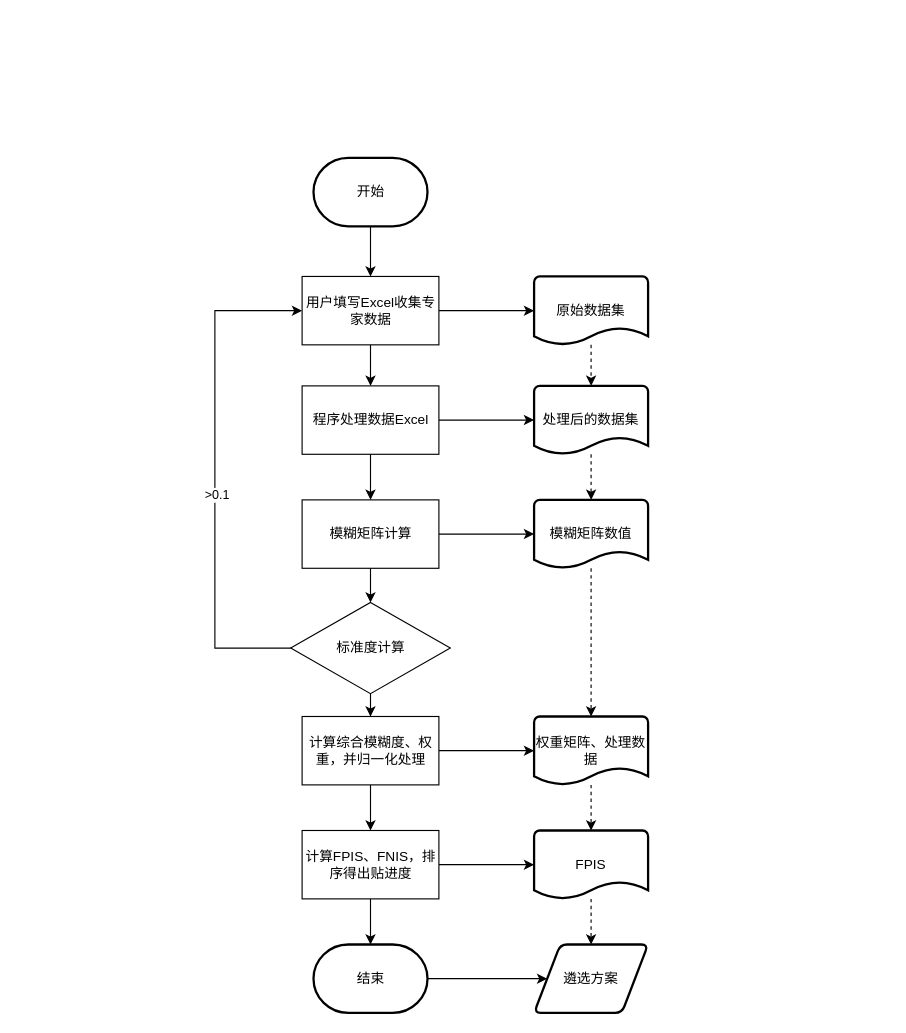
This is resources/process.drawio from Cheung0-bit/fuzzy_ahp, a draw.io file, before an edit. Source tidied: cells renumbered, new cells numbered last; positions are measured from the earlier drawing's top-left corner, leaving out a move shared by most shapes. Both pictures are drawn from the tidied source at 114%, with x=0, y=0 at pixel (214, 157).
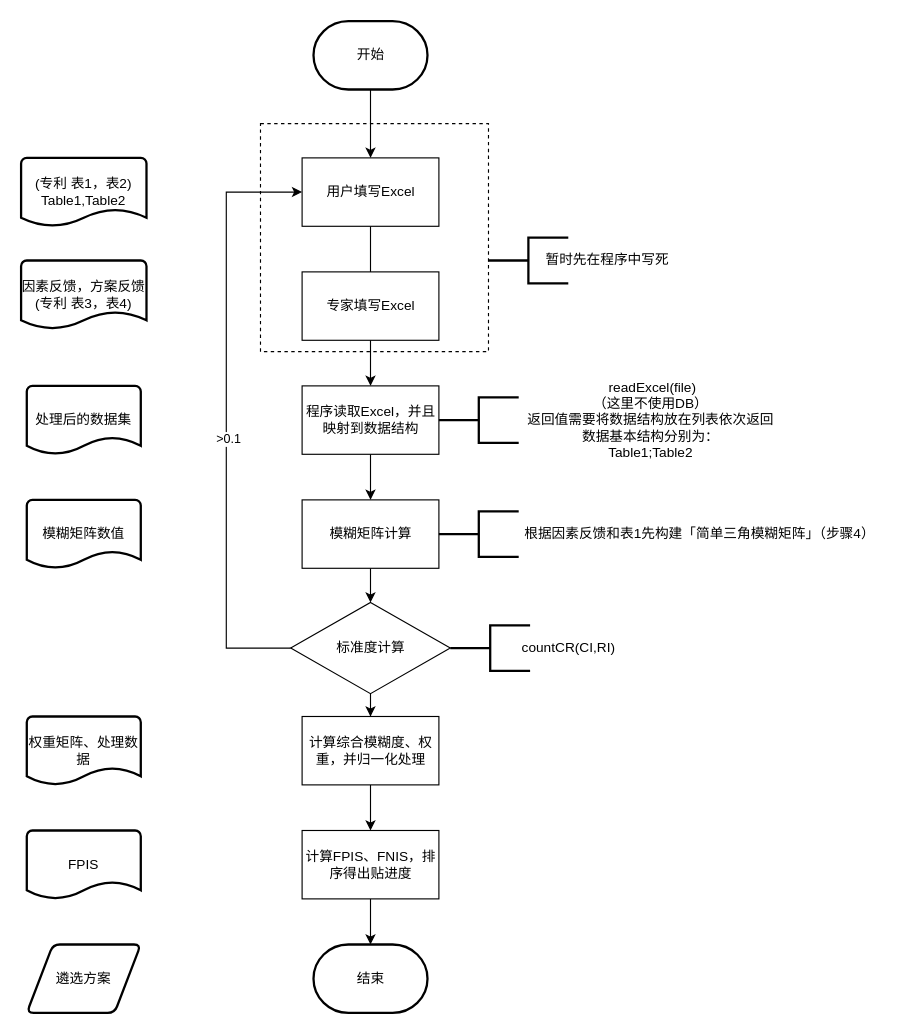
Above is the later version.

The change refers to these unchanged cells:
```xml
<mxCell id="12" value="模糊矩阵计算" style="rounded=0;whiteSpace=wrap;html=1;" parent="1" vertex="1">
  <mxGeometry x="76.5" y="300" width="120" height="60" as="geometry" />
</mxCell>
<mxCell id="16" value="标准度计算" style="rhombus;whiteSpace=wrap;html=1;" parent="1" vertex="1">
  <mxGeometry x="66.5" y="390" width="140" height="80" as="geometry" />
</mxCell>
<mxCell id="19" value="计算综合模糊度、权重，并归一化处理" style="rounded=0;whiteSpace=wrap;html=1;" parent="1" vertex="1">
  <mxGeometry x="76.5" y="490" width="120" height="60" as="geometry" />
</mxCell>
<mxCell id="22" value="计算FPIS、FNIS，排序得出贴进度" style="rounded=0;whiteSpace=wrap;html=1;" parent="1" vertex="1">
  <mxGeometry x="76.5" y="590" width="120" height="60" as="geometry" />
</mxCell>
<mxCell id="24" value="结束" style="strokeWidth=2;html=1;shape=mxgraph.flowchart.terminator;whiteSpace=wrap;" parent="1" vertex="1">
  <mxGeometry x="86.5" y="690" width="100" height="60" as="geometry" />
</mxCell>
```

Change to the diagram source:
```diff
@@
+    <mxCell id="36" style="rounded=0;whiteSpace=wrap;html=1;dashed=1;" parent="1" vertex="1">
+      <mxGeometry x="40" y="-30" width="200" height="200" as="geometry" />
+    </mxCell>
@@
     <mxCell id="3" value="开始" style="strokeWidth=2;html=1;shape=mxgraph.flowchart.terminator;whiteSpace=wrap;" parent="1" vertex="1">
-      <mxGeometry x="86.5" width="100" height="60" as="geometry" />
+      <mxGeometry x="86.5" y="-120" width="100" height="60" as="geometry" />
     </mxCell>
@@
-    <mxCell id="5" style="edgeStyle=orthogonalEdgeStyle;rounded=0;jettySize=auto;html=1;" parent="1" edge="1" source="6" target="26">
-      <mxGeometry relative="1" as="geometry" />
-    </mxCell>
-    <mxCell id="6" value="用户填写Excel收集专家数据" style="rounded=0;whiteSpace=wrap;html=1;" parent="1" vertex="1">
-      <mxGeometry x="76.5" y="104" width="120" height="60" as="geometry" />
+    <mxCell id="6" value="用户填写Excel" style="rounded=0;whiteSpace=wrap;html=1;" parent="1" vertex="1">
+      <mxGeometry x="76.5" width="120" height="60" as="geometry" />
     </mxCell>
@@
-    <mxCell id="8" style="edgeStyle=none;html=1;" parent="1" edge="1" source="9" target="28">
-      <mxGeometry relative="1" as="geometry" />
-    </mxCell>
-    <mxCell id="9" value="程序处理数据Excel" style="rounded=0;whiteSpace=wrap;html=1;" parent="1" vertex="1">
+    <mxCell id="9" value="程序读取Excel，并且映射到数据结构" style="rounded=0;whiteSpace=wrap;html=1;" parent="1" vertex="1">
       <mxGeometry x="76.5" y="200" width="120" height="60" as="geometry" />
     </mxCell>
@@
-    <mxCell id="11" style="edgeStyle=none;html=1;" parent="1" edge="1" source="12" target="30">
-      <mxGeometry relative="1" as="geometry" />
-    </mxCell>
@@
     <mxCell id="14" style="edgeStyle=orthogonalEdgeStyle;rounded=0;jettySize=auto;html=1;exitX=0;exitY=0.5;exitDx=0;exitDy=0;entryX=0;entryY=0.5;entryDx=0;entryDy=0;" parent="1" edge="1" source="16" target="6">
       <mxGeometry relative="1" as="geometry">
         <Array as="points">
-          <mxPoint y="430" />
-          <mxPoint y="134" />
+          <mxPoint x="10" y="430" />
+          <mxPoint x="10" y="30" />
         </Array>
       </mxGeometry>
     </mxCell>
@@
-    <mxCell id="18" style="edgeStyle=none;html=1;" parent="1" edge="1" source="19" target="34">
-      <mxGeometry relative="1" as="geometry" />
-    </mxCell>
@@
-    <mxCell id="21" style="edgeStyle=none;html=1;" parent="1" edge="1" source="22" target="32">
-      <mxGeometry relative="1" as="geometry" />
-    </mxCell>
@@
-    <mxCell id="23" style="edgeStyle=none;html=1;" parent="1" edge="1" source="24" target="35">
-      <mxGeometry relative="1" as="geometry" />
-    </mxCell>
@@
-    <mxCell id="25" style="edgeStyle=none;html=1;dashed=1;" parent="1" edge="1" source="26" target="28">
-      <mxGeometry relative="1" as="geometry" />
-    </mxCell>
-    <mxCell id="26" value="原始数据集" style="strokeWidth=2;html=1;shape=mxgraph.flowchart.document2;whiteSpace=wrap;size=0.25;" parent="1" vertex="1">
-      <mxGeometry x="280" y="104" width="100" height="60" as="geometry" />
+    <mxCell id="26" value="(专利 表1，表2)&lt;br&gt;Table1,Table2" style="strokeWidth=2;html=1;shape=mxgraph.flowchart.document2;whiteSpace=wrap;size=0.25;" parent="1" vertex="1">
+      <mxGeometry x="-170" width="110" height="60" as="geometry" />
     </mxCell>
-    <mxCell id="27" style="edgeStyle=none;html=1;dashed=1;" parent="1" edge="1" source="28" target="30">
-      <mxGeometry relative="1" as="geometry" />
-    </mxCell>
     <mxCell id="28" value="处理后的数据集" style="strokeWidth=2;html=1;shape=mxgraph.flowchart.document2;whiteSpace=wrap;size=0.25;" parent="1" vertex="1">
-      <mxGeometry x="280" y="200" width="100" height="60" as="geometry" />
+      <mxGeometry x="-165" y="200" width="100" height="60" as="geometry" />
     </mxCell>
-    <mxCell id="29" style="edgeStyle=none;html=1;entryX=0.5;entryY=0;entryDx=0;entryDy=0;entryPerimeter=0;dashed=1;" parent="1" edge="1" source="30" target="34">
-      <mxGeometry relative="1" as="geometry" />
-    </mxCell>
     <mxCell id="30" value="模糊矩阵数值" style="strokeWidth=2;html=1;shape=mxgraph.flowchart.document2;whiteSpace=wrap;size=0.25;" parent="1" vertex="1">
-      <mxGeometry x="280" y="300" width="100" height="60" as="geometry" />
+      <mxGeometry x="-165" y="300" width="100" height="60" as="geometry" />
     </mxCell>
-    <mxCell id="31" style="edgeStyle=none;html=1;dashed=1;" parent="1" edge="1" source="32" target="35">
-      <mxGeometry relative="1" as="geometry" />
-    </mxCell>
     <mxCell id="32" value="FPIS" style="strokeWidth=2;html=1;shape=mxgraph.flowchart.document2;whiteSpace=wrap;size=0.25;" parent="1" vertex="1">
-      <mxGeometry x="280" y="590" width="100" height="60" as="geometry" />
+      <mxGeometry x="-165" y="590" width="100" height="60" as="geometry" />
     </mxCell>
-    <mxCell id="33" style="edgeStyle=none;html=1;dashed=1;" parent="1" edge="1" source="34" target="32">
-      <mxGeometry relative="1" as="geometry" />
-    </mxCell>
     <mxCell id="34" value="权重矩阵、处理数据" style="strokeWidth=2;html=1;shape=mxgraph.flowchart.document2;whiteSpace=wrap;size=0.25;" parent="1" vertex="1">
-      <mxGeometry x="280" y="490" width="100" height="60" as="geometry" />
+      <mxGeometry x="-165" y="490" width="100" height="60" as="geometry" />
     </mxCell>
     <mxCell id="35" value="遴选方案" style="shape=parallelogram;html=1;strokeWidth=2;perimeter=parallelogramPerimeter;whiteSpace=wrap;rounded=1;arcSize=12;size=0.23;" parent="1" vertex="1">
-      <mxGeometry x="280" y="690" width="100" height="60" as="geometry" />
+      <mxGeometry x="-165" y="690" width="100" height="60" as="geometry" />
     </mxCell>
+    <mxCell id="37" value="专家填写Excel" style="rounded=0;whiteSpace=wrap;html=1;" parent="1" vertex="1">
+      <mxGeometry x="76.5" y="100" width="120" height="60" as="geometry" />
+    </mxCell>
+    <mxCell id="38" value="因素反馈，方案反馈&lt;br&gt;(专利 表3，表4)&lt;br&gt;" style="strokeWidth=2;html=1;shape=mxgraph.flowchart.document2;whiteSpace=wrap;size=0.25;" parent="1" vertex="1">
+      <mxGeometry x="-170" y="90" width="110" height="60" as="geometry" />
+    </mxCell>
+    <mxCell id="39" style="strokeWidth=2;html=1;shape=mxgraph.flowchart.annotation_2;align=left;labelPosition=right;" parent="1" vertex="1">
+      <mxGeometry x="196.5" y="210" width="70" height="40" as="geometry" />
+    </mxCell>
+    <mxCell id="40" value="&amp;nbsp;readExcel(file)&lt;br&gt;（这里不使用DB）&lt;br&gt;返回值需要将数据结构放在列表依次返回&lt;br&gt;数据基本结构分别为：&lt;br&gt;Table1;Table2" style="text;html=1;align=center;verticalAlign=middle;strokeColor=none;fillColor=none;" parent="1" vertex="1">
+      <mxGeometry x="266.5" y="190" width="230" height="80" as="geometry" />
+    </mxCell>
+    <mxCell id="41" style="strokeWidth=2;html=1;shape=mxgraph.flowchart.annotation_2;align=left;labelPosition=right;" parent="1" vertex="1">
+      <mxGeometry x="196.5" y="310" width="70" height="40" as="geometry" />
+    </mxCell>
+    <mxCell id="42" value="根据因素反馈和表1先构建「简单三角模糊矩阵」（步骤4）" style="text;html=1;align=center;verticalAlign=middle;strokeColor=none;fillColor=none;" parent="1" vertex="1">
+      <mxGeometry x="260" y="320" width="330" height="20" as="geometry" />
+    </mxCell>
+    <mxCell id="43" style="strokeWidth=2;html=1;shape=mxgraph.flowchart.annotation_2;align=left;labelPosition=right;" parent="1" vertex="1">
+      <mxGeometry x="240" y="70" width="70" height="40" as="geometry" />
+    </mxCell>
+    <mxCell id="44" value="暂时先在程序中写死" style="text;html=1;align=center;verticalAlign=middle;strokeColor=none;fillColor=none;" parent="1" vertex="1">
+      <mxGeometry x="283.5" y="80" width="120" height="20" as="geometry" />
+    </mxCell>
+    <mxCell id="45" style="strokeWidth=2;html=1;shape=mxgraph.flowchart.annotation_2;align=left;labelPosition=right;" parent="1" vertex="1">
+      <mxGeometry x="206.5" y="410" width="70" height="40" as="geometry" />
+    </mxCell>
+    <mxCell id="46" value="countCR(CI,RI)" style="text;html=1;align=center;verticalAlign=middle;strokeColor=none;fillColor=none;" parent="1" vertex="1">
+      <mxGeometry x="260" y="420" width="100" height="20" as="geometry" />
+    </mxCell>
```
